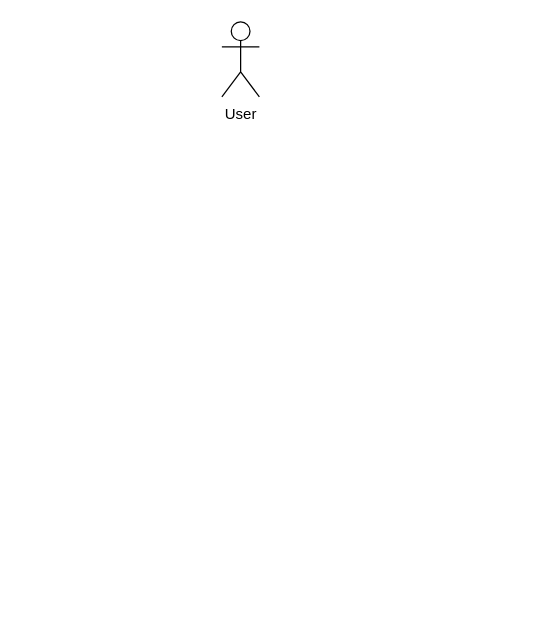
Earlier version of the draw.io diagram docs/Untitled Diagram.drawio (industrialfluff/mbbm). Source tidied: cells renumbered, new cells numbered last; positions are measured from the earlier drawing's top-left corner, leaving out a move shared by most shapes. Both pictures are drawn from the tidied source at 125%, with x=0, y=0 at pixel (221, 21).
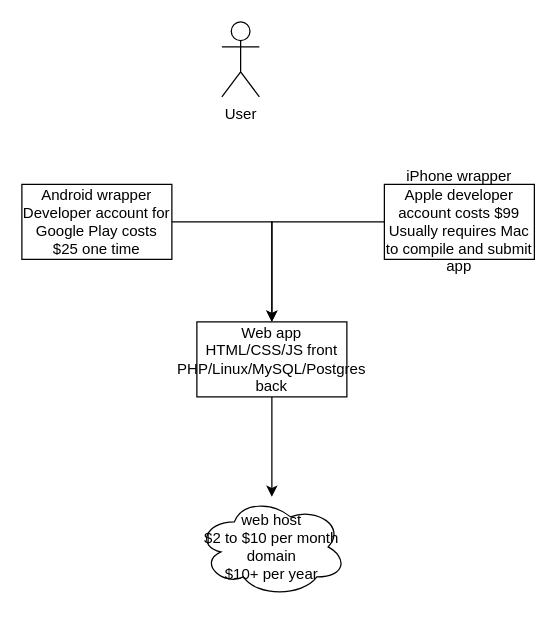
Above is the later version.

Change to the diagram source:
```diff
@@
 <mxGraphModel>
   <root>
     <mxCell id="0" />
     <mxCell id="1" parent="0" />
     <mxCell id="2" value="User" style="shape=umlActor;verticalLabelPosition=bottom;verticalAlign=top;html=1;" parent="1" vertex="1">
       <mxGeometry width="30" height="60" as="geometry" />
     </mxCell>
+    <mxCell id="3" value="web host&lt;br&gt;$2 to $10 per month&lt;br&gt;domain&lt;br&gt;$10+ per year" style="ellipse;shape=cloud;whiteSpace=wrap;html=1;" parent="1" vertex="1">
+      <mxGeometry x="-20" y="380" width="120" height="80" as="geometry" />
+    </mxCell>
+    <mxCell id="4" style="edgeStyle=orthogonalEdgeStyle;rounded=0;jettySize=auto;html=1;" parent="1" edge="1" source="5" target="6">
+      <mxGeometry relative="1" as="geometry" />
+    </mxCell>
+    <mxCell id="5" value="Android wrapper&lt;br&gt;Developer account for Google Play costs $25 one time" style="rounded=0;whiteSpace=wrap;html=1;" parent="1" vertex="1">
+      <mxGeometry x="-160" y="130" width="120" height="60" as="geometry" />
+    </mxCell>
+    <mxCell id="6" value="Web app&lt;br&gt;HTML/CSS/JS front&lt;br&gt;PHP/Linux/MySQL/Postgres back" style="rounded=0;whiteSpace=wrap;html=1;" parent="1" vertex="1">
+      <mxGeometry x="-20" y="240" width="120" height="60" as="geometry" />
+    </mxCell>
+    <mxCell id="7" style="edgeStyle=orthogonalEdgeStyle;rounded=0;jettySize=auto;html=1;" parent="1" edge="1" source="8" target="6">
+      <mxGeometry relative="1" as="geometry" />
+    </mxCell>
+    <mxCell id="8" value="iPhone wrapper&lt;br&gt;Apple developer account costs $99&lt;br&gt;Usually requires Mac to compile and submit app" style="rounded=0;whiteSpace=wrap;html=1;" parent="1" vertex="1">
+      <mxGeometry x="130" y="130" width="120" height="60" as="geometry" />
+    </mxCell>
+    <mxCell id="9" style="endArrow=classic;html=1;exitX=0.5;exitY=1;exitDx=0;exitDy=0;" parent="1" edge="1" source="6" target="3">
+      <mxGeometry relative="1" as="geometry" />
+    </mxCell>
   </root>
 </mxGraphModel>
```
